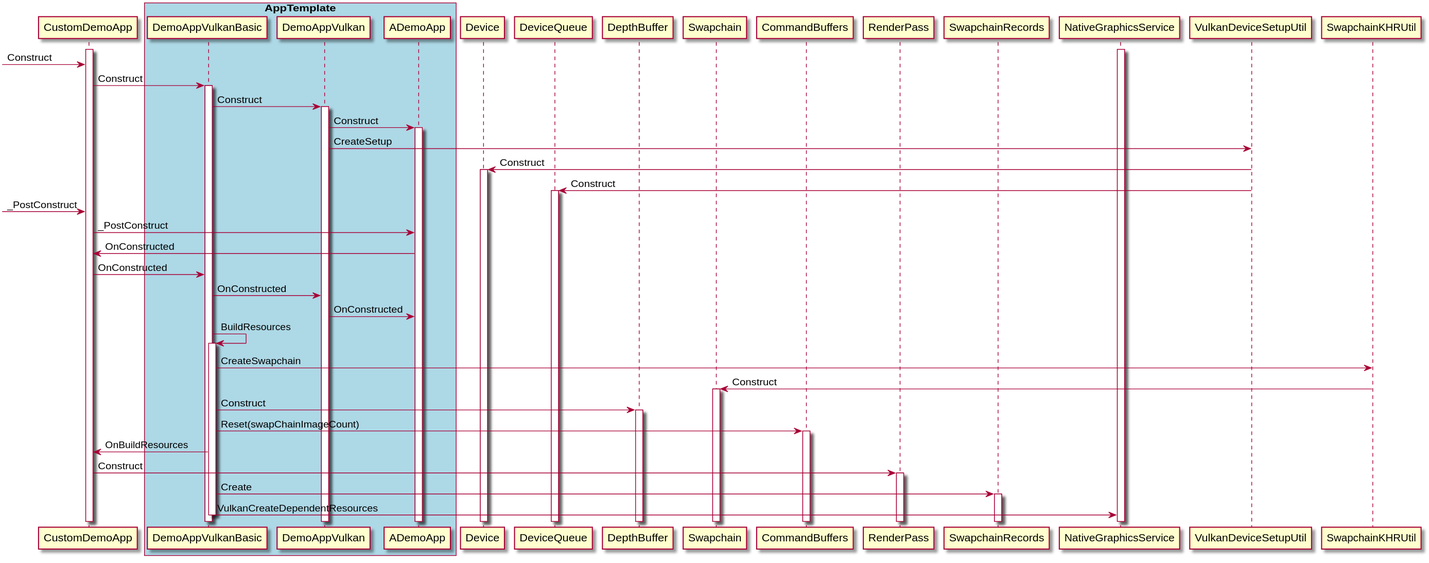
Earlier version of the PlantUML export Doc/Vulkan/Images/DemoAppVulkanBasic_Flow_Init.svg (nxp-imx/gtec-demo-framework). Its diagram source:
```plantuml
@startuml
activate CustomDemoApp

box "AppTemplate" #LightBlue
    participant DemoAppVulkanBasic
    participant DemoAppVulkan
    participant ADemoApp
end box

participant Device
participant DeviceQueue
participant DepthBuffer
participant Swapchain
participant CommandBuffers
participant RenderPass
participant SwapchainRecords
activate NativeGraphicsService

->CustomDemoApp:Construct
CustomDemoApp->DemoAppVulkanBasic++: Construct

DemoAppVulkanBasic->DemoAppVulkan++: Construct
DemoAppVulkan->ADemoApp++: Construct
DemoAppVulkan->VulkanDeviceSetupUtil: CreateSetup
VulkanDeviceSetupUtil->Device++: Construct
VulkanDeviceSetupUtil->DeviceQueue++: Construct

->CustomDemoApp:_PostConstruct
CustomDemoApp->ADemoApp:_PostConstruct
ADemoApp->CustomDemoApp:OnConstructed
CustomDemoApp->DemoAppVulkanBasic:OnConstructed
DemoAppVulkanBasic->DemoAppVulkan:OnConstructed
DemoAppVulkan->ADemoApp:OnConstructed

DemoAppVulkanBasic->DemoAppVulkanBasic++: BuildResources
DemoAppVulkanBasic->SwapchainKHRUtil: CreateSwapchain
SwapchainKHRUtil->Swapchain++: Construct
DemoAppVulkanBasic->DepthBuffer++: Construct
DemoAppVulkanBasic->CommandBuffers++: Reset(swapChainImageCount)
DemoAppVulkanBasic->CustomDemoApp: OnBuildResources
CustomDemoApp->RenderPass++: Construct
DemoAppVulkanBasic->SwapchainRecords++: Create
DemoAppVulkanBasic->NativeGraphicsService: VulkanCreateDependentResources
deactivate DemoAppVulkanBasic
@enduml
```
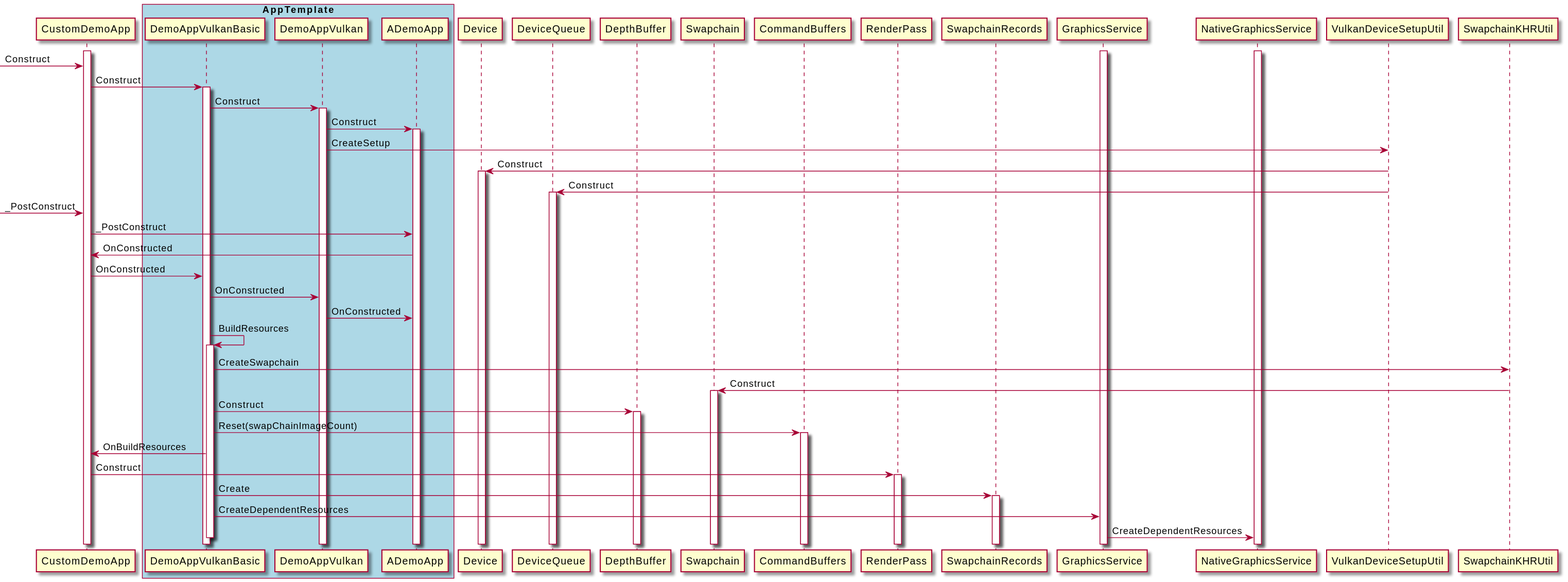
After the change.

The edit, as a diff of the source:
```diff
@@ -14,6 +14,7 @@
 participant CommandBuffers
 participant RenderPass
 participant SwapchainRecords
+activate GraphicsService
 activate NativeGraphicsService
 
 ->CustomDemoApp:Construct
@@ -40,6 +41,7 @@
 DemoAppVulkanBasic->CustomDemoApp: OnBuildResources
 CustomDemoApp->RenderPass++: Construct
 DemoAppVulkanBasic->SwapchainRecords++: Create
-DemoAppVulkanBasic->NativeGraphicsService: VulkanCreateDependentResources
+DemoAppVulkanBasic->GraphicsService: CreateDependentResources
+GraphicsService->NativeGraphicsService: CreateDependentResources
 deactivate DemoAppVulkanBasic
 @enduml
```
